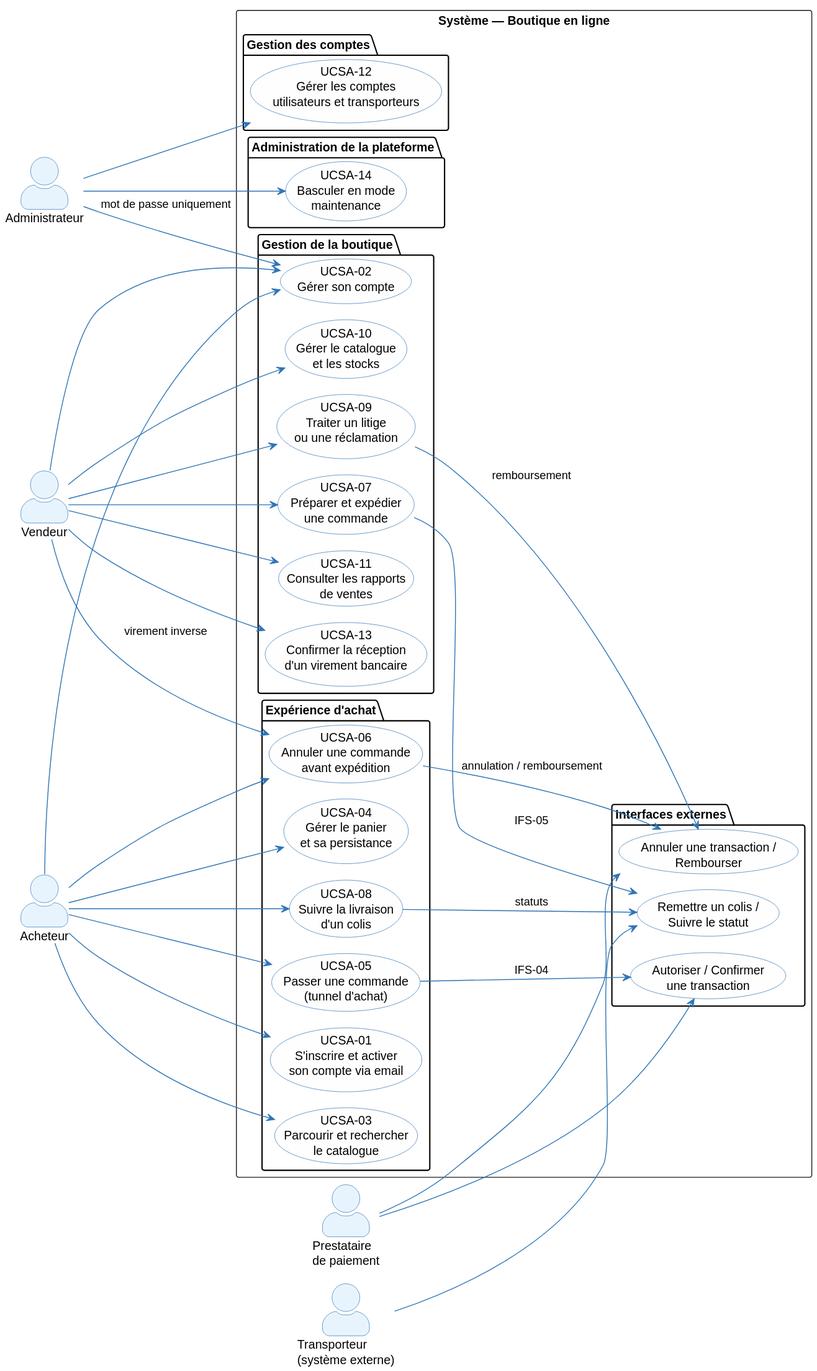
This is architecture/02-system-analysis/diagrams/sa-use-case.svg from louistalvande/online_shop, a PlantUML export, as it was before one commit.
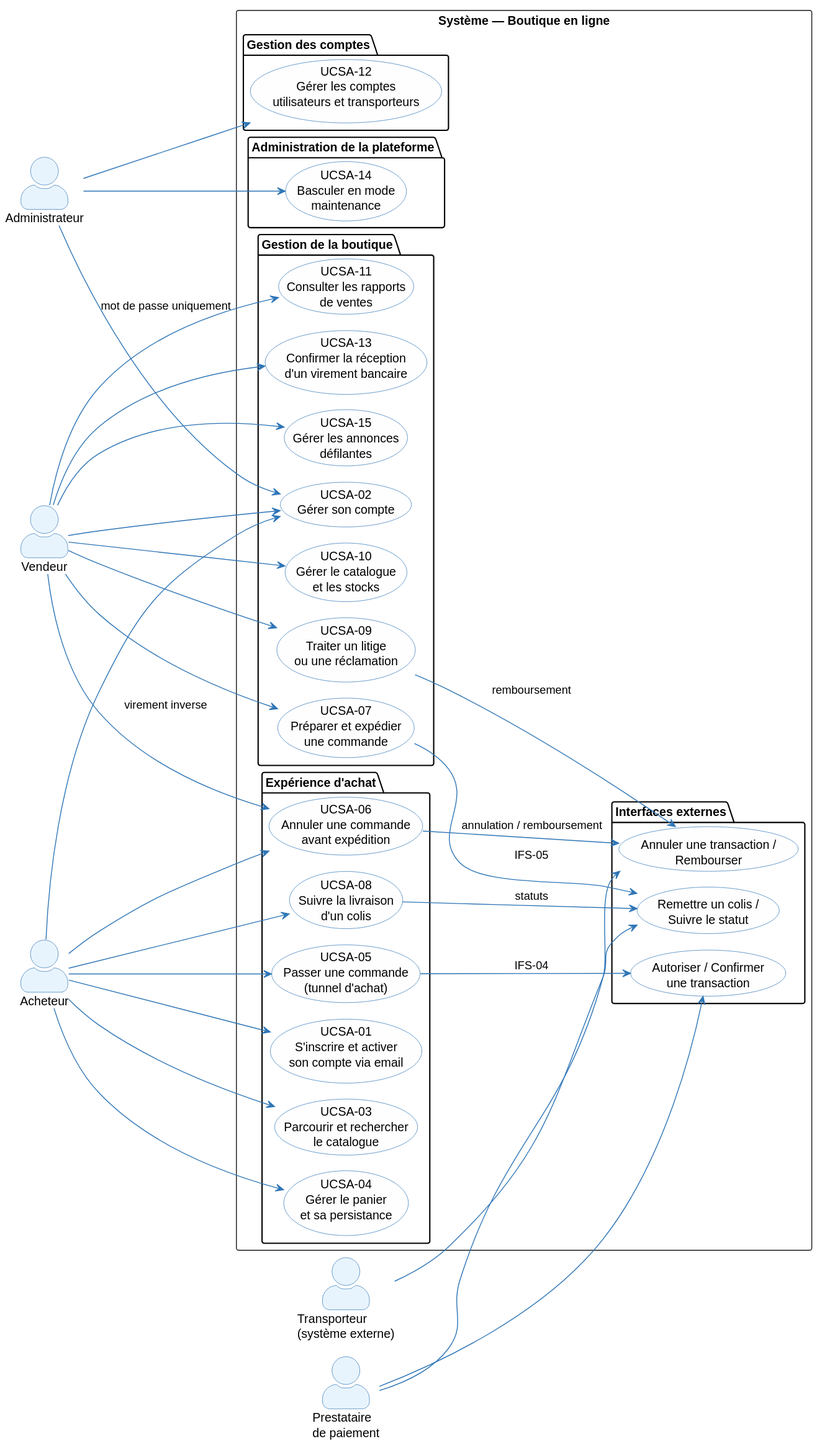
The same file after the commit.

What changed in the source:
```diff
@@ -36,6 +36,7 @@
     usecase (UCSA-09\nTraiter un litige\nou une réclamation) as UC09
     usecase (UCSA-11\nConsulter les rapports\nde ventes) as UC11
     usecase (UCSA-13\nConfirmer la réception\nd'un virement bancaire) as UC13
+    usecase (UCSA-15\nGérer les annonces\ndéfilantes) as UC15
   }
 
   package "Expérience d'achat" {
@@ -64,6 +65,7 @@
 Vendor --> UC09
 Vendor --> UC11
 Vendor --> UC13
+Vendor --> UC15
 Vendor --> UC06 : virement inverse
 
 Buyer --> UC01
```
